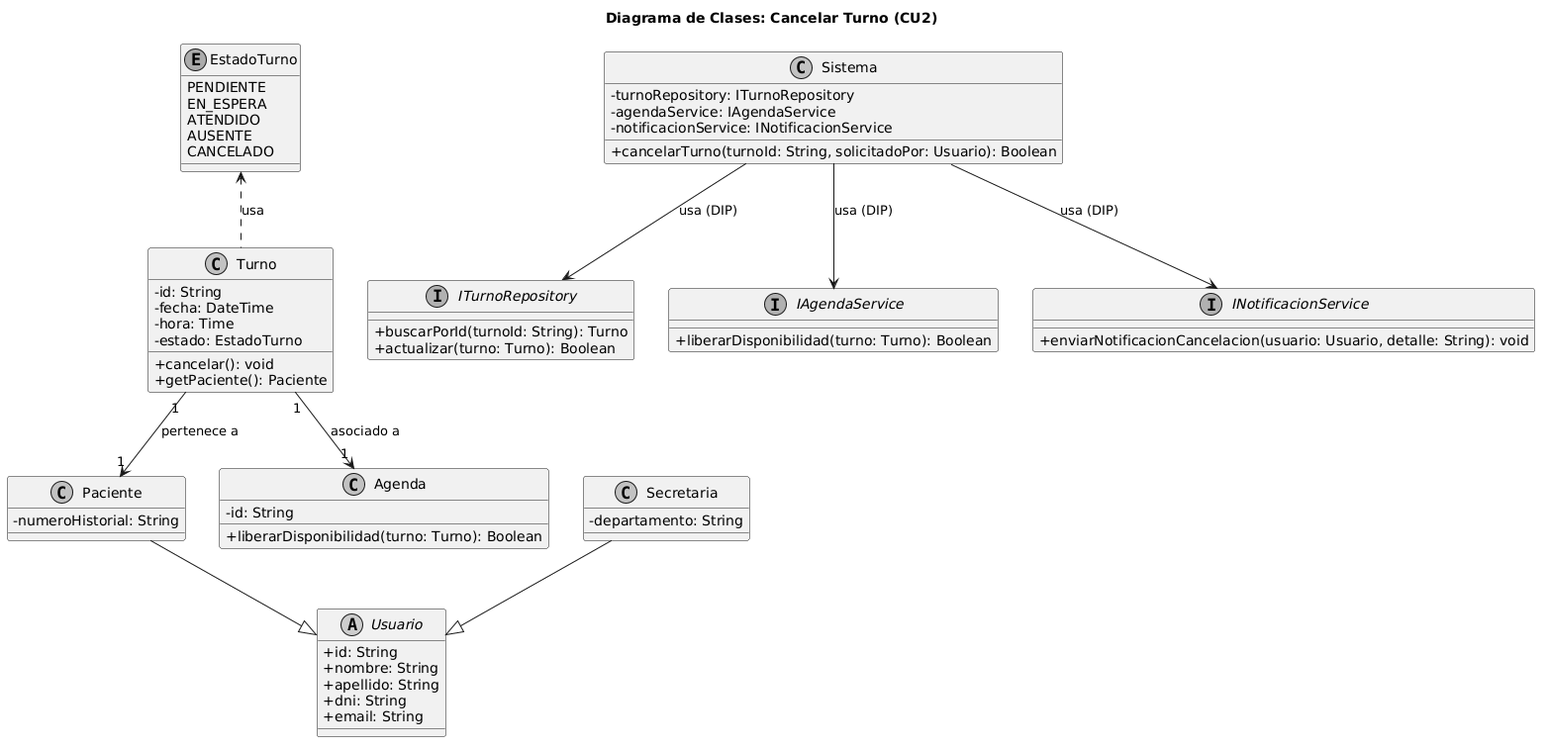
The PlantUML diagram diagramas/01-diagrama-clases/02-clases-cancelar-turno-02.png in FacundoGuiraldes/SistemaTurnosMedicos, before a commit.
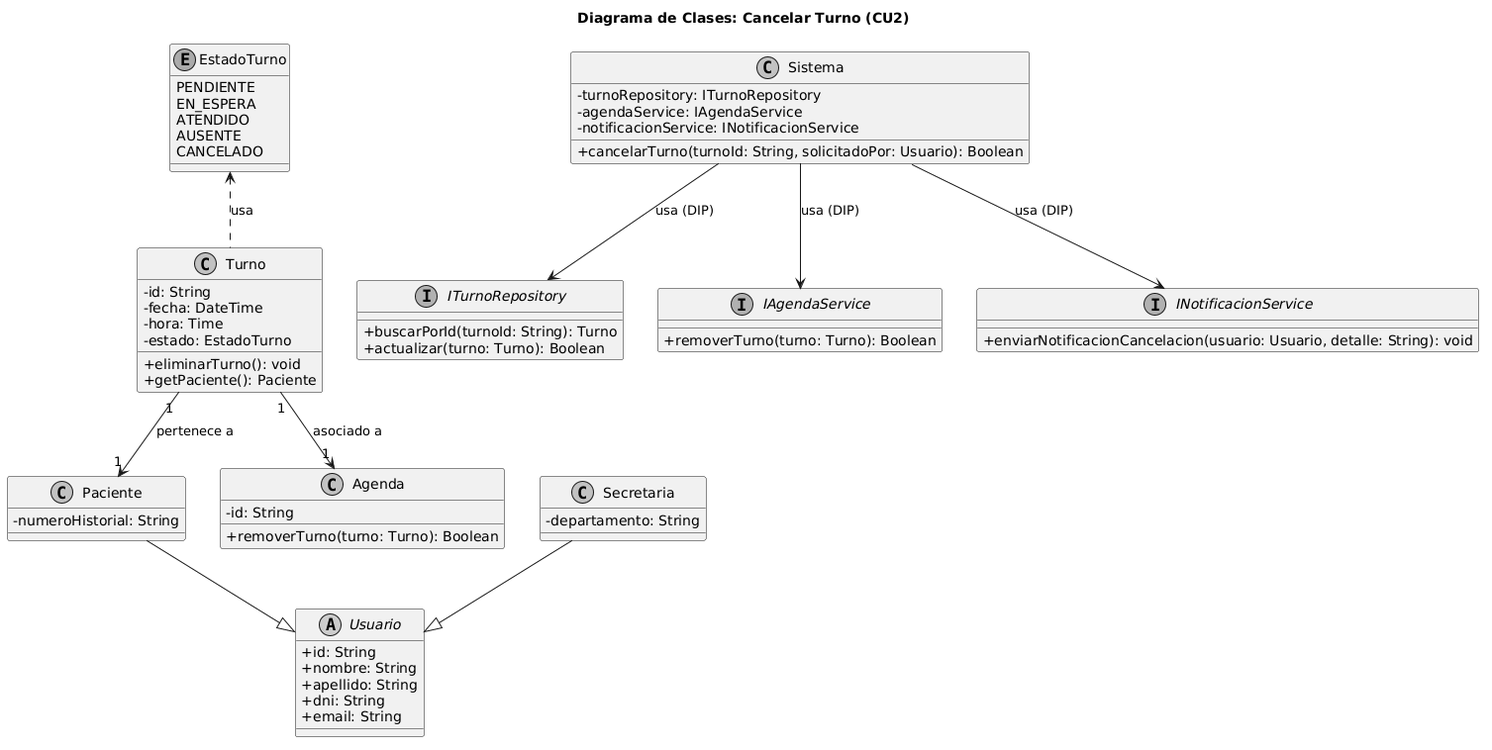
The same diagram one commit later.

Commit message:
fix: alinear diagramas de clases y anexos a nomenclatura de secuencia preexistente y actualizar renders png

Diff of the diagram source:
```diff
@@ -25,13 +25,13 @@
     -fecha: DateTime
     -hora: Time
     -estado: EstadoTurno
-    +cancelar(): void
+    +eliminarTurno(): void
     +getPaciente(): Paciente
 }
 
 class Agenda {
     -id: String
-    +liberarDisponibilidad(turno: Turno): Boolean
+    +removerTurno(turno: Turno): Boolean
 }
 
 enum EstadoTurno {
@@ -48,7 +48,7 @@
 }
 
 interface IAgendaService {
-    +liberarDisponibilidad(turno: Turno): Boolean
+    +removerTurno(turno: Turno): Boolean
 }
 
 interface INotificacionService {
```
